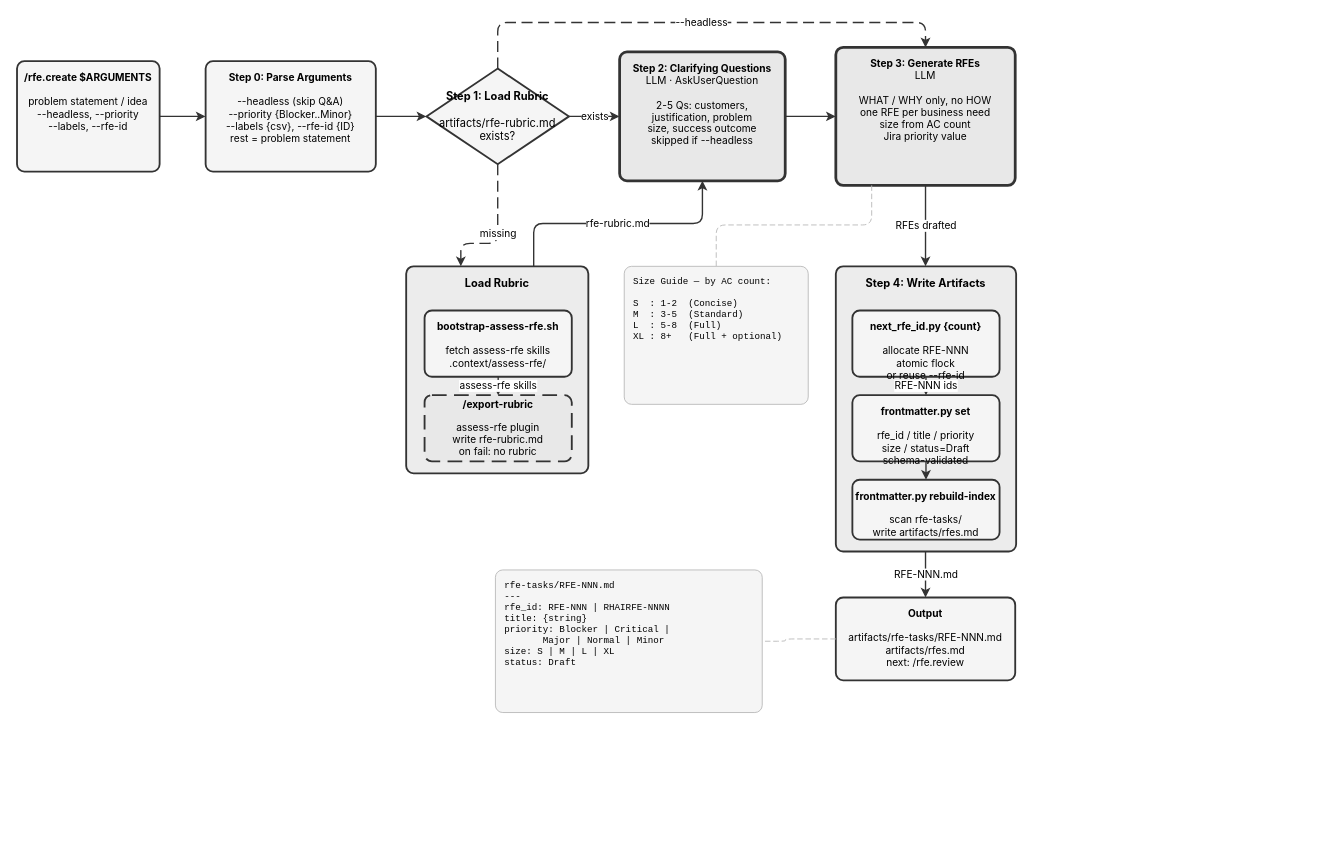
This is site/docs/plugins/rfe-creator/rfe.create.drawio from fege/skills-registry, a draw.io file, before an edit. Source tidied: cells renumbered, new cells numbered last; positions are measured from the earlier drawing's top-left corner, leaving out a move shared by most shapes. Both pictures are drawn from the tidied source at 92%, with x=0, y=0 at pixel (17, 22).
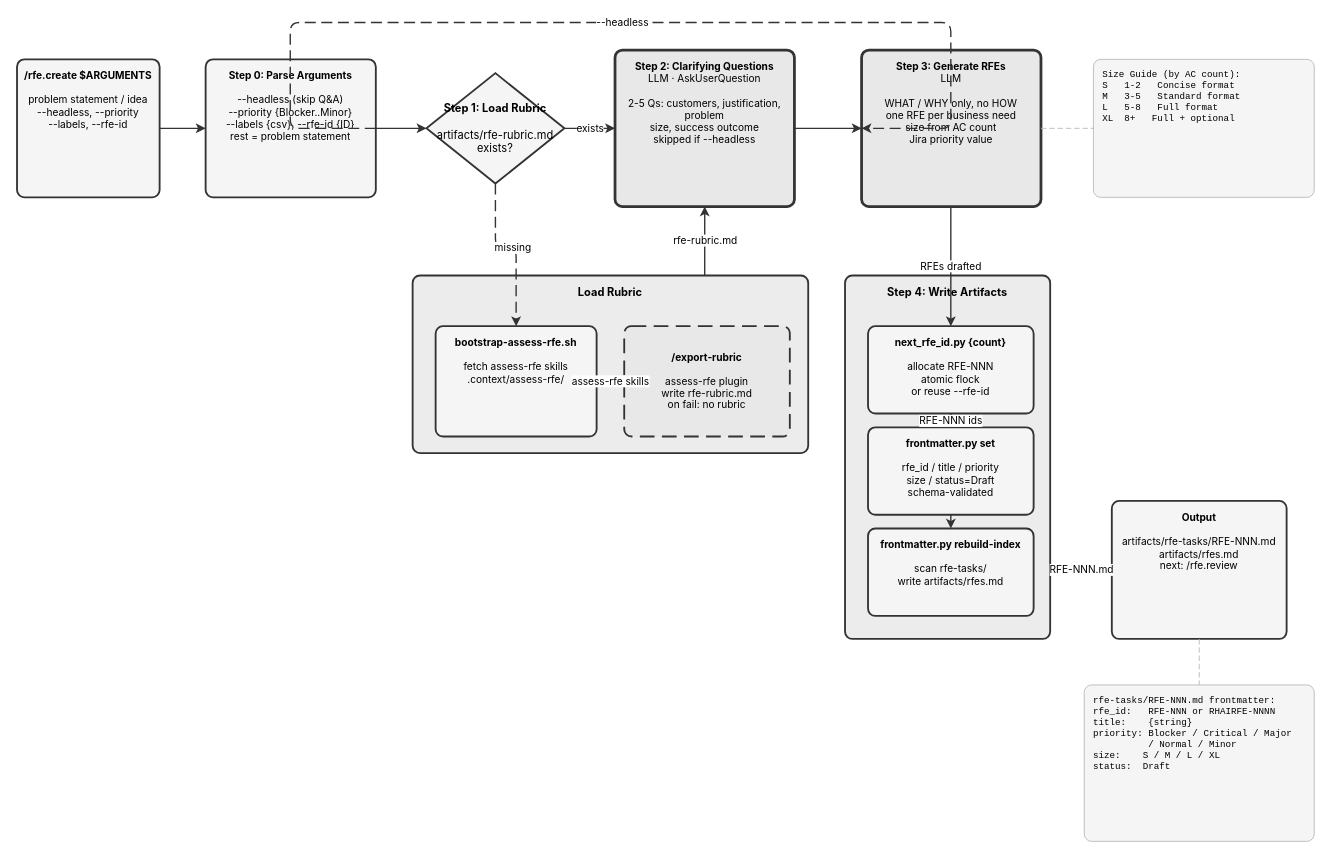
The same diagram, later.

Diff of the diagram source:
```diff
@@
     <mxCell id="2" value="&lt;b&gt;/rfe.create $ARGUMENTS&lt;/b&gt;&lt;br&gt;&lt;br&gt;problem statement / idea&lt;br&gt;--headless, --priority&lt;br&gt;--labels, --rfe-id" style="rounded=1;whiteSpace=wrap;html=1;fillColor=#f5f5f5;strokeColor=#333333;strokeWidth=2;verticalAlign=top;spacingTop=5;fontSize=11;fontFamily=Inter,Helvetica,Arial,sans-serif;arcSize=16;absoluteArcSize=1;" parent="1" vertex="1">
-      <mxGeometry y="42" width="155" height="120" as="geometry" />
+      <mxGeometry y="40" width="155" height="150" as="geometry" />
     </mxCell>
     <mxCell id="3" value="&lt;b&gt;Step 0: Parse Arguments&lt;/b&gt;&lt;br&gt;&lt;br&gt;--headless (skip Q&amp;A)&lt;br&gt;--priority {Blocker..Minor}&lt;br&gt;--labels {csv}, --rfe-id {ID}&lt;br&gt;rest = problem statement" style="rounded=1;whiteSpace=wrap;html=1;fillColor=#f5f5f5;strokeColor=#333333;strokeWidth=2;verticalAlign=top;spacingTop=5;fontSize=11;fontFamily=Inter,Helvetica,Arial,sans-serif;arcSize=16;absoluteArcSize=1;" parent="1" vertex="1">
-      <mxGeometry x="205" y="42" width="185" height="120" as="geometry" />
+      <mxGeometry x="205" y="40" width="185" height="150" as="geometry" />
     </mxCell>
     <mxCell id="4" value="&lt;b&gt;Step 1: Load Rubric&lt;/b&gt;&lt;br&gt;&lt;br&gt;artifacts/rfe-rubric.md&lt;br&gt;exists?" style="rhombus;whiteSpace=wrap;html=1;fillColor=#f5f5f5;strokeColor=#333333;strokeWidth=2;fontSize=12;fontFamily=Inter,Helvetica,Arial,sans-serif;" parent="1" vertex="1">
-      <mxGeometry x="445" y="50" width="155" height="104" as="geometry" />
+      <mxGeometry x="445" y="55" width="150" height="120" as="geometry" />
     </mxCell>
+    <mxCell id="8" value="&lt;b&gt;Step 2: Clarifying Questions&lt;/b&gt;&lt;br&gt;LLM &amp;middot; AskUserQuestion&lt;br&gt;&lt;br&gt;2-5 Qs: customers, justification, problem&lt;br&gt;size, success outcome&lt;br&gt;skipped if --headless" style="rounded=1;whiteSpace=wrap;html=1;fillColor=#e8e8e8;strokeColor=#333333;strokeWidth=3;verticalAlign=top;spacingTop=5;fontSize=11;fontFamily=Inter,Helvetica,Arial,sans-serif;double=1;arcSize=16;absoluteArcSize=1;" parent="1" vertex="1">
+      <mxGeometry x="650" y="30" width="195" height="170" as="geometry" />
+    </mxCell>
+    <mxCell id="9" value="&lt;b&gt;Step 3: Generate RFEs&lt;/b&gt;&lt;br&gt;LLM&lt;br&gt;&lt;br&gt;WHAT / WHY only, no HOW&lt;br&gt;one RFE per business need&lt;br&gt;size from AC count&lt;br&gt;Jira priority value" style="rounded=1;whiteSpace=wrap;html=1;fillColor=#e8e8e8;strokeColor=#333333;strokeWidth=3;verticalAlign=top;spacingTop=5;fontSize=11;fontFamily=Inter,Helvetica,Arial,sans-serif;double=1;arcSize=16;absoluteArcSize=1;" parent="1" vertex="1">
+      <mxGeometry x="918" y="30" width="195" height="170" as="geometry" />
+    </mxCell>
     <mxCell id="5" value="&lt;b&gt;Load Rubric&lt;/b&gt;" style="rounded=1;whiteSpace=wrap;html=1;fillColor=#ececec;strokeColor=#333333;strokeWidth=2;verticalAlign=top;spacingTop=5;fontSize=12;fontStyle=1;fontFamily=Inter,Helvetica,Arial,sans-serif;arcSize=16;absoluteArcSize=1;" parent="1" vertex="1">
-      <mxGeometry x="423" y="265" width="198" height="225" as="geometry" />
+      <mxGeometry x="430" y="275" width="430" height="193" as="geometry" />
     </mxCell>
     <mxCell id="6" value="&lt;b&gt;bootstrap-assess-rfe.sh&lt;/b&gt;&lt;br&gt;&lt;br&gt;fetch assess-rfe skills&lt;br&gt;.context/assess-rfe/" style="rounded=1;whiteSpace=wrap;html=1;fillColor=#f5f5f5;strokeColor=#333333;strokeWidth=2;verticalAlign=top;spacingTop=5;fontSize=11;fontFamily=Inter,Helvetica,Arial,sans-serif;arcSize=16;absoluteArcSize=1;" parent="5" vertex="1">
-      <mxGeometry x="20" y="48" width="160" height="72" as="geometry" />
+      <mxGeometry x="25" y="55" width="175" height="120" as="geometry" />
     </mxCell>
     <mxCell id="7" value="&lt;b&gt;/export-rubric&lt;/b&gt;&lt;br&gt;&lt;br&gt;assess-rfe plugin&lt;br&gt;write rfe-rubric.md&lt;br&gt;on fail: no rubric" style="rounded=1;whiteSpace=wrap;html=1;fillColor=#e8e8e8;strokeColor=#333333;strokeWidth=2;dashed=1;dashPattern=8 4;verticalAlign=middle;fontSize=11;fontFamily=Inter,Helvetica,Arial,sans-serif;arcSize=16;absoluteArcSize=1;" parent="5" vertex="1">
-      <mxGeometry x="20" y="140" width="160" height="72" as="geometry" />
+      <mxGeometry x="230" y="55" width="180" height="120" as="geometry" />
     </mxCell>
-    <mxCell id="8" value="&lt;b&gt;Step 2: Clarifying Questions&lt;/b&gt;&lt;br&gt;LLM · AskUserQuestion&lt;br&gt;&lt;br&gt;2-5 Qs: customers,&lt;br&gt;justification, problem&lt;br&gt;size, success outcome&lt;br&gt;skipped if --headless" style="rounded=1;whiteSpace=wrap;html=1;fillColor=#e8e8e8;strokeColor=#333333;strokeWidth=3;verticalAlign=top;spacingTop=5;fontSize=11;fontFamily=Inter,Helvetica,Arial,sans-serif;double=1;arcSize=16;absoluteArcSize=1;" parent="1" vertex="1">
-      <mxGeometry x="655" y="32" width="180" height="140" as="geometry" />
-    </mxCell>
-    <mxCell id="9" value="&lt;b&gt;Step 3: Generate RFEs&lt;/b&gt;&lt;br&gt;LLM&lt;br&gt;&lt;br&gt;WHAT / WHY only, no HOW&lt;br&gt;one RFE per business need&lt;br&gt;size from AC count&lt;br&gt;Jira priority value" style="rounded=1;whiteSpace=wrap;html=1;fillColor=#e8e8e8;strokeColor=#333333;strokeWidth=3;verticalAlign=top;spacingTop=5;fontSize=11;fontFamily=Inter,Helvetica,Arial,sans-serif;double=1;arcSize=16;absoluteArcSize=1;" parent="1" vertex="1">
-      <mxGeometry x="890" y="27" width="195" height="150" as="geometry" />
-    </mxCell>
     <mxCell id="10" value="&lt;b&gt;Step 4: Write Artifacts&lt;/b&gt;" style="rounded=1;whiteSpace=wrap;html=1;fillColor=#ececec;strokeColor=#333333;strokeWidth=2;verticalAlign=top;spacingTop=5;fontSize=12;fontStyle=1;fontFamily=Inter,Helvetica,Arial,sans-serif;arcSize=16;absoluteArcSize=1;" parent="1" vertex="1">
-      <mxGeometry x="890" y="265" width="196" height="310" as="geometry" />
+      <mxGeometry x="900" y="275" width="223" height="395" as="geometry" />
     </mxCell>
     <mxCell id="11" value="&lt;b&gt;next_rfe_id.py {count}&lt;/b&gt;&lt;br&gt;&lt;br&gt;allocate RFE-NNN&lt;br&gt;atomic flock&lt;br&gt;or reuse --rfe-id" style="rounded=1;whiteSpace=wrap;html=1;fillColor=#f5f5f5;strokeColor=#333333;strokeWidth=2;verticalAlign=top;spacingTop=5;fontSize=11;fontFamily=Inter,Helvetica,Arial,sans-serif;arcSize=16;absoluteArcSize=1;" parent="10" vertex="1">
-      <mxGeometry x="18" y="48" width="160" height="72" as="geometry" />
+      <mxGeometry x="25" y="55" width="180" height="95" as="geometry" />
     </mxCell>
     <mxCell id="12" value="&lt;b&gt;frontmatter.py set&lt;/b&gt;&lt;br&gt;&lt;br&gt;rfe_id / title / priority&lt;br&gt;size / status=Draft&lt;br&gt;schema-validated" style="rounded=1;whiteSpace=wrap;html=1;fillColor=#f5f5f5;strokeColor=#333333;strokeWidth=2;verticalAlign=top;spacingTop=5;fontSize=11;fontFamily=Inter,Helvetica,Arial,sans-serif;arcSize=16;absoluteArcSize=1;" parent="10" vertex="1">
-      <mxGeometry x="18" y="140" width="160" height="72" as="geometry" />
+      <mxGeometry x="25" y="165" width="180" height="95" as="geometry" />
     </mxCell>
     <mxCell id="13" value="&lt;b&gt;frontmatter.py rebuild-index&lt;/b&gt;&lt;br&gt;&lt;br&gt;scan rfe-tasks/&lt;br&gt;write artifacts/rfes.md" style="rounded=1;whiteSpace=wrap;html=1;fillColor=#f5f5f5;strokeColor=#333333;strokeWidth=2;verticalAlign=top;spacingTop=5;fontSize=11;fontFamily=Inter,Helvetica,Arial,sans-serif;arcSize=16;absoluteArcSize=1;" parent="10" vertex="1">
-      <mxGeometry x="18" y="232" width="160" height="65" as="geometry" />
+      <mxGeometry x="25" y="275" width="180" height="95" as="geometry" />
     </mxCell>
     <mxCell id="14" value="&lt;b&gt;Output&lt;/b&gt;&lt;br&gt;&lt;br&gt;artifacts/rfe-tasks/RFE-NNN.md&lt;br&gt;artifacts/rfes.md&lt;br&gt;next: /rfe.review" style="rounded=1;whiteSpace=wrap;html=1;fillColor=#f5f5f5;strokeColor=#333333;strokeWidth=2;verticalAlign=top;spacingTop=5;fontSize=11;fontFamily=Inter,Helvetica,Arial,sans-serif;arcSize=16;absoluteArcSize=1;" parent="1" vertex="1">
-      <mxGeometry x="890" y="625" width="195" height="90" as="geometry" />
+      <mxGeometry x="1190" y="520" width="190" height="150" as="geometry" />
     </mxCell>
-    <mxCell id="15" value="Size Guide — by AC count:&lt;br&gt;&lt;br&gt;S&amp;nbsp;&amp;nbsp;: 1-2&amp;nbsp;&amp;nbsp;(Concise)&lt;br&gt;M&amp;nbsp;&amp;nbsp;: 3-5&amp;nbsp;&amp;nbsp;(Standard)&lt;br&gt;L&amp;nbsp;&amp;nbsp;: 5-8&amp;nbsp;&amp;nbsp;(Full)&lt;br&gt;XL : 8+&amp;nbsp;&amp;nbsp;&amp;nbsp;(Full + optional)" style="rounded=1;whiteSpace=wrap;html=1;fillColor=#f5f5f5;strokeColor=#bbbbbb;strokeWidth=1;verticalAlign=top;spacingTop=5;align=left;spacingLeft=8;fontSize=10;fontFamily=JetBrains Mono,Courier New,monospace;arcSize=16;absoluteArcSize=1;" parent="1" vertex="1">
-      <mxGeometry x="660" y="265" width="200" height="150" as="geometry" />
+    <mxCell id="15" value="Size Guide (by AC count):&lt;br&gt;S&amp;nbsp;&amp;nbsp;&amp;nbsp;1-2&amp;nbsp;&amp;nbsp;&amp;nbsp;Concise format&lt;br&gt;M&amp;nbsp;&amp;nbsp;&amp;nbsp;3-5&amp;nbsp;&amp;nbsp;&amp;nbsp;Standard format&lt;br&gt;L&amp;nbsp;&amp;nbsp;&amp;nbsp;5-8&amp;nbsp;&amp;nbsp;&amp;nbsp;Full format&lt;br&gt;XL&amp;nbsp;&amp;nbsp;8+&amp;nbsp;&amp;nbsp;&amp;nbsp;Full + optional" style="rounded=1;whiteSpace=wrap;html=1;fillColor=#f5f5f5;strokeColor=#bbbbbb;strokeWidth=1;verticalAlign=top;spacingTop=5;align=left;spacingLeft=8;fontSize=10;fontFamily=JetBrains Mono,Courier New,monospace;arcSize=16;absoluteArcSize=1;" parent="1" vertex="1">
+      <mxGeometry x="1170" y="40" width="240" height="150" as="geometry" />
     </mxCell>
-    <mxCell id="16" value="rfe-tasks/RFE-NNN.md&lt;br&gt;---&lt;br&gt;rfe_id: RFE-NNN | RHAIRFE-NNNN&lt;br&gt;title: {string}&lt;br&gt;priority: Blocker | Critical |&lt;br&gt;&amp;nbsp;&amp;nbsp;&amp;nbsp;&amp;nbsp;&amp;nbsp;&amp;nbsp;&amp;nbsp;Major | Normal | Minor&lt;br&gt;size: S | M | L | XL&lt;br&gt;status: Draft" style="rounded=1;whiteSpace=wrap;html=1;fillColor=#f5f5f5;strokeColor=#bbbbbb;strokeWidth=1;verticalAlign=top;spacingTop=5;align=left;spacingLeft=8;fontSize=10;fontFamily=JetBrains Mono,Courier New,monospace;arcSize=16;absoluteArcSize=1;" parent="1" vertex="1">
-      <mxGeometry x="520" y="595" width="290" height="155" as="geometry" />
+    <mxCell id="16" value="rfe-tasks/RFE-NNN.md frontmatter:&lt;br&gt;rfe_id:&amp;nbsp;&amp;nbsp;&amp;nbsp;RFE-NNN or RHAIRFE-NNNN&lt;br&gt;title:&amp;nbsp;&amp;nbsp;&amp;nbsp;&amp;nbsp;{string}&lt;br&gt;priority:&amp;nbsp;Blocker / Critical / Major&lt;br&gt;&amp;nbsp;&amp;nbsp;&amp;nbsp;&amp;nbsp;&amp;nbsp;&amp;nbsp;&amp;nbsp;&amp;nbsp;&amp;nbsp;&amp;nbsp;/ Normal / Minor&lt;br&gt;size:&amp;nbsp;&amp;nbsp;&amp;nbsp;&amp;nbsp;S / M / L / XL&lt;br&gt;status:&amp;nbsp;&amp;nbsp;Draft" style="rounded=1;whiteSpace=wrap;html=1;fillColor=#f5f5f5;strokeColor=#bbbbbb;strokeWidth=1;verticalAlign=top;spacingTop=5;align=left;spacingLeft=8;fontSize=10;fontFamily=JetBrains Mono,Courier New,monospace;arcSize=16;absoluteArcSize=1;" parent="1" vertex="1">
+      <mxGeometry x="1160" y="720" width="250" height="170" as="geometry" />
     </mxCell>
-    <mxCell id="17" style="edgeStyle=orthogonalEdgeStyle;rounded=1;strokeColor=#333333;strokeWidth=1.5;html=1;fontFamily=Inter,Helvetica,Arial,sans-serif;exitX=1;exitY=0.5;exitDx=0;exitDy=0;entryX=0;entryY=0.5;entryDx=0;entryDy=0;" parent="1" edge="1" source="2" target="3">
+    <mxCell id="17" style="edgeStyle=orthogonalEdgeStyle;rounded=1;strokeColor=#333333;strokeWidth=1.5;html=1;fontFamily=Inter,Helvetica,Arial,sans-serif;exitX=1.0;exitY=0.5;exitDx=0;exitDy=0;entryX=0.0;entryY=0.5;entryDx=0;entryDy=0;" parent="1" edge="1" source="2" target="3">
       <mxGeometry relative="1" as="geometry" />
     </mxCell>
-    <mxCell id="18" style="edgeStyle=orthogonalEdgeStyle;rounded=1;strokeColor=#333333;strokeWidth=1.5;html=1;fontFamily=Inter,Helvetica,Arial,sans-serif;exitX=1;exitY=0.5;exitDx=0;exitDy=0;entryX=0;entryY=0.5;entryDx=0;entryDy=0;" parent="1" edge="1" source="3" target="4">
+    <mxCell id="18" style="edgeStyle=orthogonalEdgeStyle;rounded=1;strokeColor=#333333;strokeWidth=1.5;html=1;fontFamily=Inter,Helvetica,Arial,sans-serif;exitX=1.0;exitY=0.5;exitDx=0;exitDy=0;entryX=0.0;entryY=0.5;entryDx=0;entryDy=0;" parent="1" edge="1" source="3" target="4">
       <mxGeometry relative="1" as="geometry" />
     </mxCell>
-    <mxCell id="19" value="exists" style="edgeStyle=orthogonalEdgeStyle;rounded=1;strokeColor=#333333;strokeWidth=1.5;html=1;fontFamily=Inter,Helvetica,Arial,sans-serif;exitX=1;exitY=0.5;exitDx=0;exitDy=0;entryX=0;entryY=0.5;entryDx=0;entryDy=0;" parent="1" edge="1" source="4" target="8">
+    <mxCell id="19" value="exists" style="edgeStyle=orthogonalEdgeStyle;rounded=1;strokeColor=#333333;strokeWidth=1.5;html=1;fontFamily=Inter,Helvetica,Arial,sans-serif;exitX=1.0;exitY=0.5;exitDx=0;exitDy=0;entryX=0.0;entryY=0.5;entryDx=0;entryDy=0;" parent="1" edge="1" source="4" target="8">
       <mxGeometry relative="1" as="geometry" />
     </mxCell>
-    <mxCell id="20" style="edgeStyle=orthogonalEdgeStyle;rounded=1;strokeColor=#333333;strokeWidth=1.5;html=1;fontFamily=Inter,Helvetica,Arial,sans-serif;exitX=1;exitY=0.5;exitDx=0;exitDy=0;entryX=0;entryY=0.5;entryDx=0;entryDy=0;" parent="1" edge="1" source="8" target="9">
+    <mxCell id="20" style="edgeStyle=orthogonalEdgeStyle;rounded=1;strokeColor=#333333;strokeWidth=1.5;html=1;fontFamily=Inter,Helvetica,Arial,sans-serif;exitX=1.0;exitY=0.5;exitDx=0;exitDy=0;entryX=0.0;entryY=0.5;entryDx=0;entryDy=0;" parent="1" edge="1" source="8" target="9">
       <mxGeometry relative="1" as="geometry" />
     </mxCell>
+    <mxCell id="23" value="--headless" style="edgeStyle=orthogonalEdgeStyle;rounded=1;strokeColor=#333333;strokeWidth=1.5;html=1;fontFamily=Inter,Helvetica,Arial,sans-serif;dashed=1;dashPattern=8 4;exitX=1.0;exitY=0.5;exitDx=0;exitDy=0;entryX=0.0;entryY=0.5;entryDx=0;entryDy=0;" parent="1" edge="1" source="3" target="9">
+      <mxGeometry relative="1" as="geometry">
+        <Array as="points">
+          <mxPoint x="297" y="115" />
+          <mxPoint x="297" />
+          <mxPoint x="1015" />
+          <mxPoint x="1015" y="115" />
+        </Array>
+      </mxGeometry>
+    </mxCell>
-    <mxCell id="21" value="missing" style="edgeStyle=orthogonalEdgeStyle;rounded=1;strokeColor=#333333;strokeWidth=1.5;dashed=1;dashPattern=8 4;html=1;fontFamily=Inter,Helvetica,Arial,sans-serif;exitX=0.5;exitY=1;exitDx=0;exitDy=0;entryX=0.3;entryY=0;entryDx=0;entryDy=0;" parent="1" edge="1" source="4" target="5">
+    <mxCell id="21" value="missing" style="edgeStyle=orthogonalEdgeStyle;rounded=1;strokeColor=#333333;strokeWidth=1.5;html=1;fontFamily=Inter,Helvetica,Arial,sans-serif;dashed=1;dashPattern=8 4;exitX=0.5;exitY=1.0;exitDx=0;exitDy=0;entryX=0.5;entryY=0.0;entryDx=0;entryDy=0;" parent="1" edge="1" source="4" target="6">
       <mxGeometry relative="1" as="geometry">
         <Array as="points">
-          <mxPoint x="522.5" y="240" />
-          <mxPoint x="482.4" y="240" />
+          <mxPoint x="520" y="245" />
+          <mxPoint x="542.5" y="245" />
         </Array>
       </mxGeometry>
     </mxCell>
-    <mxCell id="22" value="rfe-rubric.md" style="edgeStyle=orthogonalEdgeStyle;rounded=1;strokeColor=#333333;strokeWidth=1.5;html=1;fontFamily=Inter,Helvetica,Arial,sans-serif;exitX=0.7;exitY=0;exitDx=0;exitDy=0;entryX=0.5;entryY=1;entryDx=0;entryDy=0;" parent="1" edge="1" source="5" target="8">
+    <mxCell id="22" value="rfe-rubric.md" style="edgeStyle=orthogonalEdgeStyle;rounded=1;strokeColor=#333333;strokeWidth=1.5;html=1;fontFamily=Inter,Helvetica,Arial,sans-serif;exitX=0.7383720930232558;exitY=0;exitDx=0;exitDy=0;entryX=0.5;entryY=1;entryDx=0;entryDy=0;" parent="1" edge="1" source="5" target="8">
       <mxGeometry relative="1" as="geometry" />
     </mxCell>
-    <mxCell id="23" value="--headless" style="edgeStyle=orthogonalEdgeStyle;rounded=1;strokeColor=#333333;strokeWidth=1.5;dashed=1;dashPattern=8 4;html=1;fontFamily=Inter,Helvetica,Arial,sans-serif;exitX=0.5;exitY=0;exitDx=0;exitDy=0;entryX=0.5;entryY=0;entryDx=0;entryDy=0;" parent="1" edge="1" source="4" target="9">
-      <mxGeometry relative="1" as="geometry">
-        <Array as="points">
-          <mxPoint x="522.5" />
-          <mxPoint x="987.5" />
-        </Array>
-      </mxGeometry>
-    </mxCell>
+    <mxCell id="25" value="RFEs drafted" style="edgeStyle=orthogonalEdgeStyle;rounded=1;strokeColor=#333333;strokeWidth=1.5;html=1;fontFamily=Inter,Helvetica,Arial,sans-serif;exitX=0.49743589743589745;exitY=1;exitDx=0;exitDy=0;entryX=0.5;entryY=0;entryDx=0;entryDy=0;" parent="1" edge="1" source="9" target="11">
+      <mxGeometry relative="1" as="geometry" />
+    </mxCell>
-    <mxCell id="24" value="assess-rfe skills" style="edgeStyle=orthogonalEdgeStyle;rounded=1;strokeColor=#333333;strokeWidth=1.5;html=1;fontFamily=Inter,Helvetica,Arial,sans-serif;exitX=0.5;exitY=1;exitDx=0;exitDy=0;entryX=0.5;entryY=0;entryDx=0;entryDy=0;" parent="1" edge="1" source="6" target="7">
+    <mxCell id="24" value="assess-rfe skills" style="edgeStyle=orthogonalEdgeStyle;rounded=1;strokeColor=#333333;strokeWidth=1.5;html=1;fontFamily=Inter,Helvetica,Arial,sans-serif;exitX=1.0;exitY=0.5;exitDx=0;exitDy=0;entryX=0.0;entryY=0.5;entryDx=0;entryDy=0;" parent="1" edge="1" source="6" target="7">
       <mxGeometry relative="1" as="geometry" />
     </mxCell>
-    <mxCell id="25" value="RFEs drafted" style="edgeStyle=orthogonalEdgeStyle;rounded=1;strokeColor=#333333;strokeWidth=1.5;html=1;fontFamily=Inter,Helvetica,Arial,sans-serif;exitX=0.5;exitY=1;exitDx=0;exitDy=0;entryX=0.49744897959183676;entryY=0;entryDx=0;entryDy=0;" parent="1" edge="1" source="9" target="10">
-      <mxGeometry relative="1" as="geometry" />
-    </mxCell>
-    <mxCell id="26" value="RFE-NNN ids" style="edgeStyle=orthogonalEdgeStyle;rounded=1;strokeColor=#333333;strokeWidth=1.5;html=1;fontFamily=Inter,Helvetica,Arial,sans-serif;exitX=0.5;exitY=1;exitDx=0;exitDy=0;entryX=0.5;entryY=0;entryDx=0;entryDy=0;" parent="1" edge="1" source="11" target="12">
+    <mxCell id="26" value="RFE-NNN ids" style="edgeStyle=orthogonalEdgeStyle;rounded=1;strokeColor=#333333;strokeWidth=1.5;html=1;fontFamily=Inter,Helvetica,Arial,sans-serif;exitX=0.5;exitY=1.0;exitDx=0;exitDy=0;entryX=0.5;entryY=0.0;entryDx=0;entryDy=0;" parent="1" edge="1" source="11" target="12">
       <mxGeometry relative="1" as="geometry" />
     </mxCell>
-    <mxCell id="27" style="edgeStyle=orthogonalEdgeStyle;rounded=1;strokeColor=#333333;strokeWidth=1.5;html=1;fontFamily=Inter,Helvetica,Arial,sans-serif;exitX=0.5;exitY=1;exitDx=0;exitDy=0;entryX=0.5;entryY=0;entryDx=0;entryDy=0;" parent="1" edge="1" source="12" target="13">
+    <mxCell id="27" style="edgeStyle=orthogonalEdgeStyle;rounded=1;strokeColor=#333333;strokeWidth=1.5;html=1;fontFamily=Inter,Helvetica,Arial,sans-serif;exitX=0.5;exitY=1.0;exitDx=0;exitDy=0;entryX=0.5;entryY=0.0;entryDx=0;entryDy=0;" parent="1" edge="1" source="12" target="13">
       <mxGeometry relative="1" as="geometry" />
     </mxCell>
-    <mxCell id="28" value="RFE-NNN.md" style="edgeStyle=orthogonalEdgeStyle;rounded=1;strokeColor=#333333;strokeWidth=1.5;html=1;fontFamily=Inter,Helvetica,Arial,sans-serif;exitX=0.49744897959183676;exitY=1;exitDx=0;exitDy=0;entryX=0.5;entryY=0;entryDx=0;entryDy=0;" parent="1" edge="1" source="10" target="14">
+    <mxCell id="28" value="RFE-NNN.md" style="edgeStyle=orthogonalEdgeStyle;rounded=1;strokeColor=#333333;strokeWidth=1.5;html=1;fontFamily=Inter,Helvetica,Arial,sans-serif;exitX=1;exitY=0.810126582278481;exitDx=0;exitDy=0;entryX=0;entryY=0.5;entryDx=0;entryDy=0;" parent="1" edge="1" source="10" target="14">
       <mxGeometry relative="1" as="geometry" />
     </mxCell>
-    <mxCell id="29" style="edgeStyle=orthogonalEdgeStyle;rounded=1;strokeColor=#bbbbbb;strokeWidth=1;dashed=1;dashPattern=6 3;html=1;endArrow=none;exitX=0.2;exitY=1;exitDx=0;exitDy=0;entryX=0.5;entryY=0;entryDx=0;entryDy=0;" parent="1" edge="1" source="9" target="15">
-      <mxGeometry relative="1" as="geometry">
-        <Array as="points">
-          <mxPoint x="929" y="220" />
-          <mxPoint x="760" y="220" />
-        </Array>
-      </mxGeometry>
+    <mxCell id="29" style="edgeStyle=orthogonalEdgeStyle;rounded=1;strokeColor=#bbbbbb;strokeWidth=1;dashed=1;dashPattern=6 3;html=1;endArrow=none;exitX=1.0;exitY=0.5;exitDx=0;exitDy=0;entryX=0.0;entryY=0.5;entryDx=0;entryDy=0;" parent="1" edge="1" source="9" target="15">
+      <mxGeometry relative="1" as="geometry" />
     </mxCell>
-    <mxCell id="30" style="edgeStyle=orthogonalEdgeStyle;rounded=1;strokeColor=#bbbbbb;strokeWidth=1;dashed=1;dashPattern=6 3;html=1;endArrow=none;exitX=0;exitY=0.5;exitDx=0;exitDy=0;entryX=1;entryY=0.5;entryDx=0;entryDy=0;" parent="1" edge="1" source="14" target="16">
-      <mxGeometry relative="1" as="geometry">
-        <Array as="points">
-          <mxPoint x="835" y="670" />
-          <mxPoint x="835" y="672.5" />
-        </Array>
-      </mxGeometry>
+    <mxCell id="30" style="edgeStyle=orthogonalEdgeStyle;rounded=1;strokeColor=#bbbbbb;strokeWidth=1;dashed=1;dashPattern=6 3;html=1;endArrow=none;exitX=0.5;exitY=1.0;exitDx=0;exitDy=0;entryX=0.5;entryY=0.0;entryDx=0;entryDy=0;" parent="1" edge="1" source="14" target="16">
+      <mxGeometry relative="1" as="geometry" />
     </mxCell>
```
